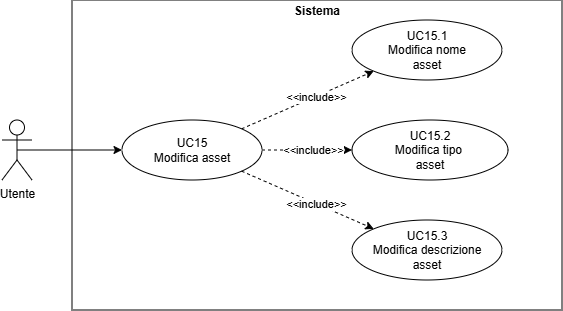
CoderiusGroup/Documentazione keeps this draw.io diagram as src/images/diagrammiUML/UC-15.png. Above is the earlier version. Source tidied: cells renumbered, new cells last; positions are measured from the earlier drawing's top-left corner, leaving out a move shared by most shapes.
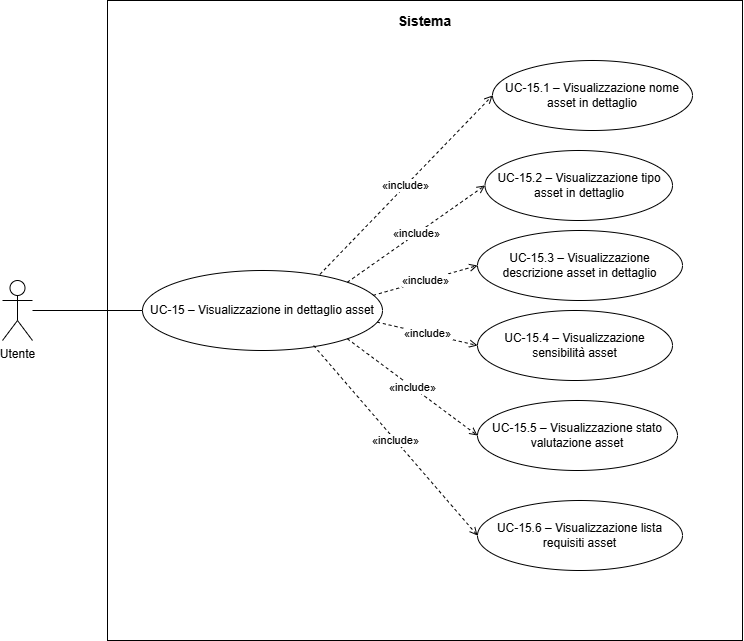
The same diagram one commit later.

Diff of the diagram source:
```diff
@@ -2,44 +2,55 @@
   <root>
     <mxCell id="0" />
     <mxCell id="1" parent="0" />
-    <mxCell id="2" value="&lt;p style=&quot;margin:0px;margin-top:4px;text-align:center;&quot;&gt;&lt;b&gt;Sistema&lt;/b&gt;&lt;/p&gt;" style="verticalAlign=top;align=left;overflow=fill;html=1;whiteSpace=wrap;fontColor=#000000;" parent="1" vertex="1">
-      <mxGeometry x="70" width="490" height="310" as="geometry" />
+    <mxCell id="2" value="&lt;b&gt;Sistema&lt;/b&gt;" style="rounded=0;whiteSpace=wrap;html=1;fillColor=none;strokeColor=#000000;strokeWidth=1;align=center;verticalAlign=top;fontSize=14;spacingTop=6;fontStyle=0;" parent="1" vertex="1">
+      <mxGeometry x="1" y="-140" width="635" height="640" as="geometry" />
     </mxCell>
-    <mxCell id="3" style="edgeStyle=orthogonalEdgeStyle;rounded=0;jettySize=auto;html=1;exitX=0.5;exitY=0.5;exitDx=0;exitDy=0;exitPerimeter=0;entryX=0;entryY=0.5;entryDx=0;entryDy=0;" parent="1" edge="1" source="4" target="7">
-      <mxGeometry relative="1" as="geometry" />
-    </mxCell>
     <mxCell id="4" value="Utente" style="shape=umlActor;verticalLabelPosition=bottom;verticalAlign=top;html=1;outlineConnect=0;" parent="1" vertex="1">
-      <mxGeometry y="120" width="30" height="60" as="geometry" />
+      <mxGeometry x="-104" y="140" width="30" height="60" as="geometry" />
     </mxCell>
-    <mxCell id="5" style="rounded=0;jettySize=auto;html=1;exitX=1;exitY=0;exitDx=0;exitDy=0;entryX=0;entryY=1;entryDx=0;entryDy=0;dashed=1;endArrow=classic;endFill=1;" parent="1" edge="1" source="7" target="8">
-      <mxGeometry relative="1" as="geometry" />
-    </mxCell>
-    <mxCell id="6" value="&amp;lt;&amp;lt;include&amp;gt;&amp;gt;" style="edgeLabel;html=1;align=center;verticalAlign=middle;" parent="5" vertex="1">
-      <mxGeometry x="0.13" relative="1" as="geometry" />
-    </mxCell>
-    <mxCell id="7" value="UC15&lt;div&gt;Modifica asset&lt;/div&gt;" style="ellipse;html=1;whiteSpace=wrap;" parent="1" vertex="1">
-      <mxGeometry x="120" y="120" width="140" height="60" as="geometry" />
-    </mxCell>
-    <mxCell id="8" value="UC15.1&lt;div&gt;&lt;div&gt;Modifica nome&lt;/div&gt;&lt;div&gt;asset&lt;/div&gt;&lt;/div&gt;" style="ellipse;html=1;whiteSpace=wrap;" parent="1" vertex="1">
-      <mxGeometry x="350" y="20" width="150" height="60" as="geometry" />
-    </mxCell>
-    <mxCell id="9" value="UC15.2&lt;div&gt;&lt;div&gt;Modifica tipo&amp;nbsp;&lt;/div&gt;&lt;div&gt;asset&lt;/div&gt;&lt;/div&gt;" style="ellipse;html=1;whiteSpace=wrap;" parent="1" vertex="1">
-      <mxGeometry x="350" y="120" width="156" height="60" as="geometry" />
-    </mxCell>
-    <mxCell id="10" value="UC15.3&lt;div&gt;&lt;div&gt;Modifica descrizione&lt;/div&gt;&lt;div&gt;asset&lt;/div&gt;&lt;/div&gt;" style="ellipse;html=1;whiteSpace=wrap;" parent="1" vertex="1">
-      <mxGeometry x="350" y="220" width="150" height="60" as="geometry" />
-    </mxCell>
-    <mxCell id="11" style="rounded=0;jettySize=auto;html=1;exitX=1;exitY=0.5;exitDx=0;exitDy=0;entryX=0;entryY=0.5;entryDx=0;entryDy=0;dashed=1;endArrow=classic;endFill=1;" parent="1" edge="1" source="7" target="9">
-      <mxGeometry relative="1" as="geometry" />
-    </mxCell>
-    <mxCell id="12" value="&amp;lt;&amp;lt;include&amp;gt;&amp;gt;" style="edgeLabel;html=1;align=center;verticalAlign=middle;" parent="11" vertex="1">
-      <mxGeometry x="0.13" relative="1" as="geometry" />
-    </mxCell>
-    <mxCell id="13" style="rounded=0;jettySize=auto;html=1;exitX=1;exitY=1;exitDx=0;exitDy=0;entryX=0;entryY=0;entryDx=0;entryDy=0;dashed=1;endArrow=classic;endFill=1;" parent="1" edge="1" source="7" target="10">
-      <mxGeometry relative="1" as="geometry" />
-    </mxCell>
-    <mxCell id="14" value="&amp;lt;&amp;lt;include&amp;gt;&amp;gt;" style="edgeLabel;html=1;align=center;verticalAlign=middle;" parent="13" vertex="1">
-      <mxGeometry x="0.13" relative="1" as="geometry" />
-    </mxCell>
+    <mxCell id="15" value="UC-15 – Visualizzazione in dettaglio asset" style="ellipse;whiteSpace=wrap;html=1;fillColor=#ffffff;strokeColor=#000000;strokeWidth=1;fontSize=12;" parent="1" vertex="1">
+      <mxGeometry x="36" y="130" width="240" height="80" as="geometry" />
+    </mxCell>
+    <mxCell id="16" value="UC-15.1 – Visualizzazione nome asset in dettaglio" style="ellipse;whiteSpace=wrap;html=1;fillColor=#ffffff;strokeColor=#000000;strokeWidth=1;fontSize=12;" parent="1" vertex="1">
+      <mxGeometry x="386" y="-80" width="200" height="70" as="geometry" />
+    </mxCell>
+    <mxCell id="17" value="UC-15.2 – Visualizzazione tipo asset in dettaglio" style="ellipse;whiteSpace=wrap;html=1;fillColor=#ffffff;strokeColor=#000000;strokeWidth=1;fontSize=12;" parent="1" vertex="1">
+      <mxGeometry x="378.5" y="10" width="187.5" height="70" as="geometry" />
+    </mxCell>
+    <mxCell id="18" value="UC-15.3 – Visualizzazione descrizione asset in dettaglio" style="ellipse;whiteSpace=wrap;html=1;fillColor=#ffffff;strokeColor=#000000;strokeWidth=1;fontSize=12;" parent="1" vertex="1">
+      <mxGeometry x="371" y="90" width="205" height="70" as="geometry" />
+    </mxCell>
+    <mxCell id="19" value="UC-15.4 – Visualizzazione sensibilità asset" style="ellipse;whiteSpace=wrap;html=1;fillColor=#ffffff;strokeColor=#000000;strokeWidth=1;fontSize=12;" parent="1" vertex="1">
+      <mxGeometry x="371" y="170" width="195" height="70" as="geometry" />
+    </mxCell>
+    <mxCell id="20" value="UC-15.5 – Visualizzazione stato valutazione asset" style="ellipse;whiteSpace=wrap;html=1;fillColor=#ffffff;strokeColor=#000000;strokeWidth=1;fontSize=12;" parent="1" vertex="1">
+      <mxGeometry x="371" y="260" width="200" height="70" as="geometry" />
+    </mxCell>
+    <mxCell id="21" value="UC-15.6 – Visualizzazione lista requisiti asset" style="ellipse;whiteSpace=wrap;html=1;fillColor=#ffffff;strokeColor=#000000;strokeWidth=1;fontSize=12;" parent="1" vertex="1">
+      <mxGeometry x="371" y="360" width="205" height="70" as="geometry" />
+    </mxCell>
+    <mxCell id="22" style="endArrow=none;html=1;strokeColor=#000000;strokeWidth=1;entryX=0;entryY=0.5;entryDx=0;entryDy=0;" parent="1" edge="1" target="15">
+      <mxGeometry relative="1" as="geometry">
+        <mxPoint x="-74" y="170" as="sourcePoint" />
+      </mxGeometry>
+    </mxCell>
+    <mxCell id="23" value="«include»" style="dashed=1;endArrow=open;endFill=0;html=1;strokeColor=#000000;strokeWidth=1;fontSize=11;exitX=0.739;exitY=0.049;exitDx=0;exitDy=0;entryX=0;entryY=0.5;entryDx=0;entryDy=0;exitPerimeter=0;" parent="1" edge="1" source="15" target="16">
+      <mxGeometry relative="1" as="geometry" />
+    </mxCell>
+    <mxCell id="24" value="«include»" style="dashed=1;endArrow=open;endFill=0;html=1;strokeColor=#000000;strokeWidth=1;fontSize=11;exitX=1;exitY=0;exitDx=0;exitDy=0;entryX=0;entryY=0.5;entryDx=0;entryDy=0;" parent="1" edge="1" source="15" target="17">
+      <mxGeometry relative="1" as="geometry" />
+    </mxCell>
+    <mxCell id="25" value="«include»" style="dashed=1;endArrow=open;endFill=0;html=1;strokeColor=#000000;strokeWidth=1;fontSize=11;entryX=0;entryY=0.5;entryDx=0;entryDy=0;exitX=0.961;exitY=0.311;exitDx=0;exitDy=0;exitPerimeter=0;" parent="1" edge="1" source="15" target="18">
+      <mxGeometry relative="1" as="geometry" />
+    </mxCell>
+    <mxCell id="26" value="«include»" style="dashed=1;endArrow=open;endFill=0;html=1;strokeColor=#000000;strokeWidth=1;fontSize=11;exitX=0.977;exitY=0.645;exitDx=0;exitDy=0;entryX=0;entryY=0.5;entryDx=0;entryDy=0;exitPerimeter=0;" parent="1" edge="1" source="15" target="19">
+      <mxGeometry relative="1" as="geometry" />
+    </mxCell>
+    <mxCell id="27" value="«include»" style="dashed=1;endArrow=open;endFill=0;html=1;strokeColor=#000000;strokeWidth=1;fontSize=11;exitX=1;exitY=1;exitDx=0;exitDy=0;entryX=0;entryY=0.5;entryDx=0;entryDy=0;" parent="1" edge="1" source="15" target="20">
+      <mxGeometry relative="1" as="geometry" />
+    </mxCell>
+    <mxCell id="28" value="«include»" style="dashed=1;endArrow=open;endFill=0;html=1;strokeColor=#000000;strokeWidth=1;fontSize=11;exitX=0.713;exitY=0.938;exitDx=0;exitDy=0;entryX=0;entryY=0.5;entryDx=0;entryDy=0;exitPerimeter=0;" parent="1" edge="1" source="15" target="21">
+      <mxGeometry relative="1" as="geometry" />
+    </mxCell>
   </root>
 </mxGraphModel>
```
